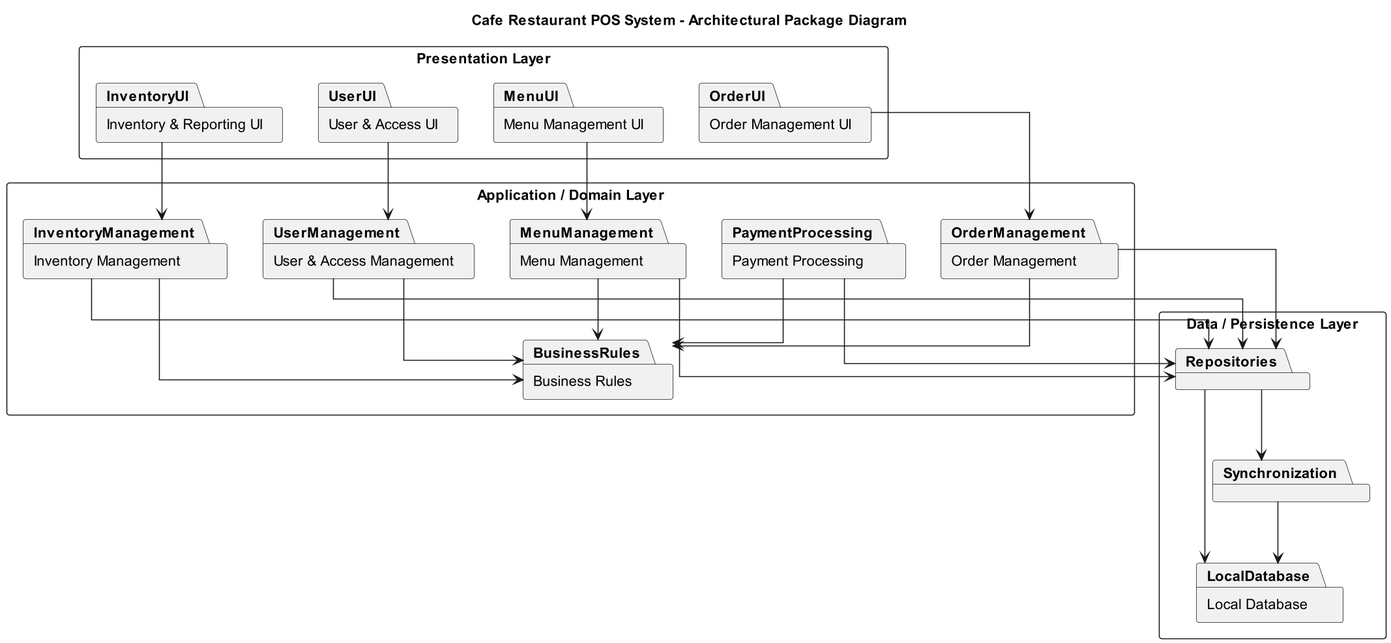
Gsiach/Cafe-POS-project keeps this PlantUML diagram as ELABORATION PHASE/ITERATION 1/diagrams/package_diagram.png. Above is the earlier version. Its diagram source:
```plantuml
@startuml package_diagram
title Cafe Restaurant POS System - Architectural Package Diagram

skinparam packageStyle rectangle
skinparam shadowing false
skinparam linetype ortho
skinparam dpi 150

package "Presentation Layer" {

    package "Order Management UI" as OrderUI
    package "Menu Management UI" as MenuUI
    package "User & Access UI" as UserUI
    package "Inventory & Reporting UI" as InventoryUI
}

package "Application / Domain Layer" {

    package "Order Management" as OrderManagement
    package "Menu Management" as MenuManagement
    package "User & Access Management" as UserManagement
    package "Payment Processing" as PaymentProcessing
    package "Inventory Management" as InventoryManagement
    package "Business Rules" as BusinessRules
}

package "Data / Persistence Layer" {

    package "Repositories" as Repositories
    package "Local Database" as LocalDatabase
    package "Synchronization" as Synchronization
}

OrderUI --> OrderManagement
MenuUI --> MenuManagement
UserUI --> UserManagement
InventoryUI --> InventoryManagement

OrderManagement --> BusinessRules
MenuManagement --> BusinessRules
UserManagement --> BusinessRules
PaymentProcessing --> BusinessRules
InventoryManagement --> BusinessRules

OrderManagement --> Repositories
MenuManagement --> Repositories
UserManagement --> Repositories
PaymentProcessing --> Repositories
InventoryManagement --> Repositories

Repositories --> LocalDatabase
Synchronization --> LocalDatabase
Repositories --> Synchronization

@enduml
```
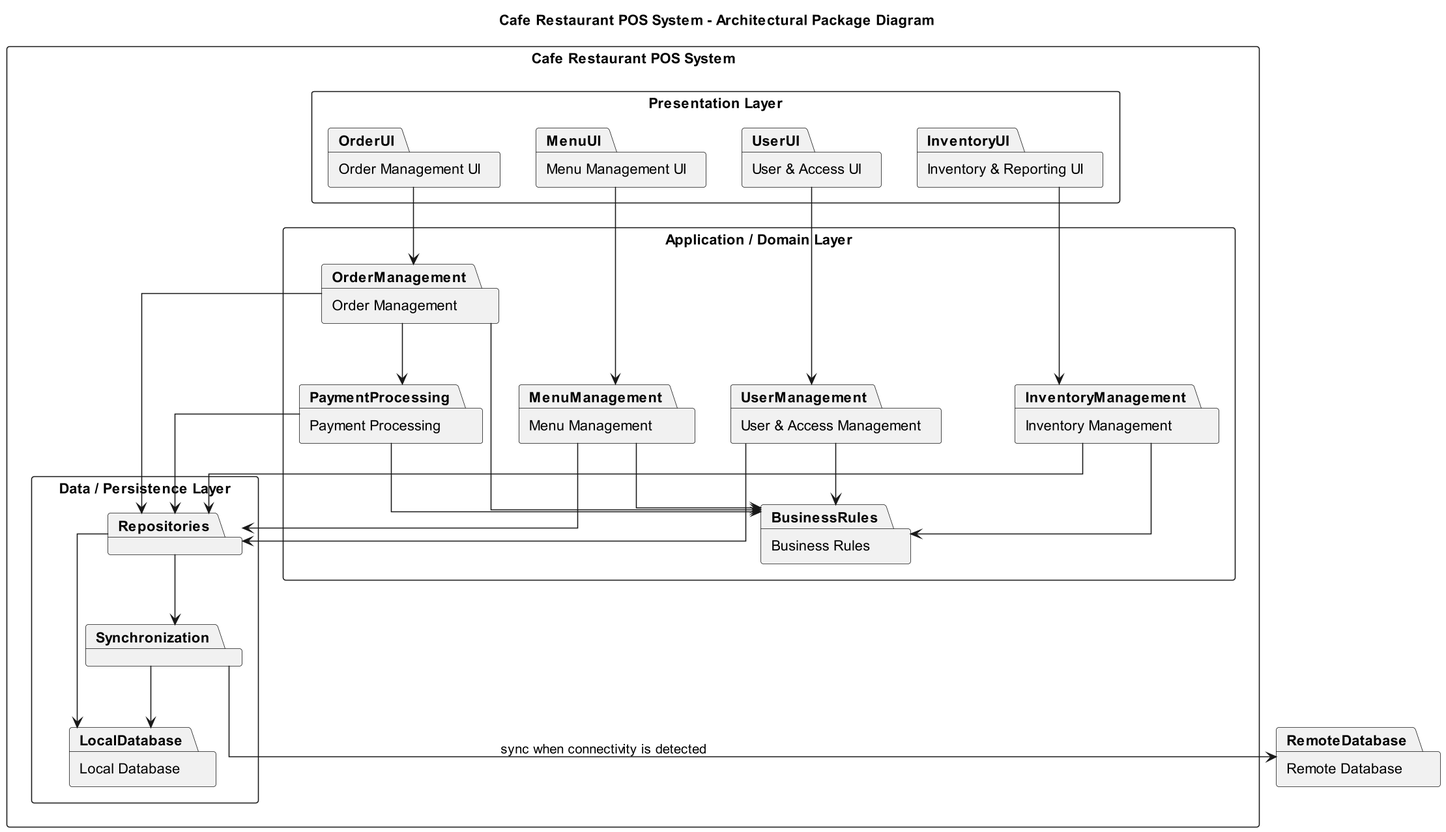
After the commit.

Commit message:
Refined architecture based on review feedback

Change to the diagram source:
```diff
@@ -6,30 +6,35 @@
 skinparam linetype ortho
 skinparam dpi 150
 
-package "Presentation Layer" {
+package "Cafe Restaurant POS System" {
 
-    package "Order Management UI" as OrderUI
-    package "Menu Management UI" as MenuUI
-    package "User & Access UI" as UserUI
-    package "Inventory & Reporting UI" as InventoryUI
+    package "Presentation Layer" {
+
+        package "Order Management UI" as OrderUI
+        package "Menu Management UI" as MenuUI
+        package "User & Access UI" as UserUI
+        package "Inventory & Reporting UI" as InventoryUI
+    }
+
+    package "Application / Domain Layer" {
+
+        package "Order Management" as OrderManagement
+        package "Menu Management" as MenuManagement
+        package "User & Access Management" as UserManagement
+        package "Payment Processing" as PaymentProcessing
+        package "Inventory Management" as InventoryManagement
+        package "Business Rules" as BusinessRules
+    }
+
+    package "Data / Persistence Layer" {
+
+        package "Repositories" as Repositories
+        package "Local Database" as LocalDatabase
+        package "Synchronization" as Synchronization
+    }
 }
 
-package "Application / Domain Layer" {
-
-    package "Order Management" as OrderManagement
-    package "Menu Management" as MenuManagement
-    package "User & Access Management" as UserManagement
-    package "Payment Processing" as PaymentProcessing
-    package "Inventory Management" as InventoryManagement
-    package "Business Rules" as BusinessRules
-}
-
-package "Data / Persistence Layer" {
-
-    package "Repositories" as Repositories
-    package "Local Database" as LocalDatabase
-    package "Synchronization" as Synchronization
-}
+package "Remote Database" as RemoteDatabase
 
 OrderUI --> OrderManagement
 MenuUI --> MenuManagement
@@ -42,6 +47,8 @@
 PaymentProcessing --> BusinessRules
 InventoryManagement --> BusinessRules
 
+OrderManagement --> PaymentProcessing
+
 OrderManagement --> Repositories
 MenuManagement --> Repositories
 UserManagement --> Repositories
@@ -49,7 +56,9 @@
 InventoryManagement --> Repositories
 
 Repositories --> LocalDatabase
+Repositories --> Synchronization
 Synchronization --> LocalDatabase
-Repositories --> Synchronization
+
+Synchronization --> RemoteDatabase : sync when connectivity is detected
 
 @enduml
```
